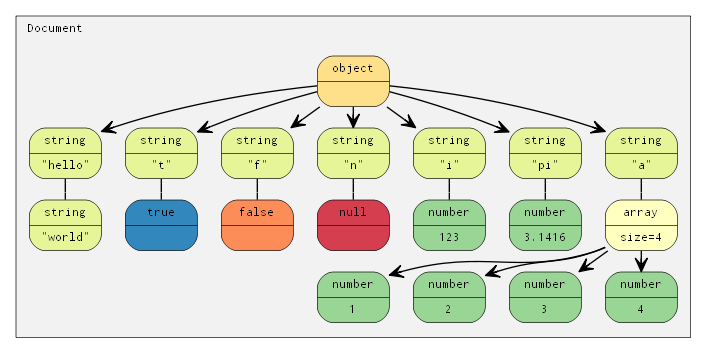
nilsbore/roswasm_suite keeps this Graphviz diagram as doc/diagram/tutorial.png. Above is the earlier version. Its source is kept beside it as doc/diagram/tutorial.dot. Its diagram source:
```dot
digraph {
	compound=true
	fontname="Inconsolata, Consolas"
	fontsize=10
	margin="0,0"
	ranksep=0.2
	penwidth=0.5

	node [fontname="Inconsolata, Consolas", fontsize=10, penwidth=0.5]
	edge [fontname="Inconsolata, Consolas", fontsize=10]

	subgraph cluster1 {
		margin="10,10"
		labeljust="left"
		label = "Document"
		style=filled
		fillcolor=gray95
		node [shape=Mrecord, style=filled, colorscheme=spectral7]

		root [label="{object|}", fillcolor=3]

		{
			hello [label="{string|\"hello\"}", fillcolor=5]
			t [label="{string|\"t\"}", fillcolor=5]
			f [label="{string|\"f\"}", fillcolor=5]
			n [label="{string|\"n\"}", fillcolor=5]
			i [label="{string|\"i\"}", fillcolor=5]
			pi [label="{string|\"pi\"}", fillcolor=5]
			a [label="{string|\"a\"}", fillcolor=5]

			world [label="{string|\"world\"}", fillcolor=5]
			true [label="{true|}", fillcolor=7]
			false [label="{false|}", fillcolor=2]
			null [label="{null|}", fillcolor=1]
			i1 [label="{number|123}", fillcolor=6]
			pi1 [label="{number|3.1416}", fillcolor=6]
			array [label="{array|size=4}", fillcolor=4]

			a1 [label="{number|1}", fillcolor=6]
			a2 [label="{number|2}", fillcolor=6]
			a3 [label="{number|3}", fillcolor=6]
			a4 [label="{number|4}", fillcolor=6]
		}

		edge [arrowhead=vee]
		root -> { hello, t, f, n, i, pi, a }
		array -> { a1, a2, a3, a4}

		edge [arrowhead=none]
		hello -> world
		t -> true
		f -> false
		n -> null
		i -> i1
		pi -> pi1
		a -> array
	}
}
```
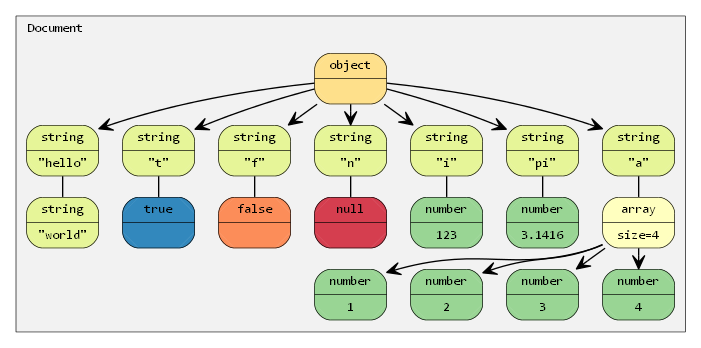
Later version of the same file.

Commit message:
Added creatie/modify value section to tutorial

What changed in the source:
```diff
@@ -43,8 +43,8 @@
 		}
 
 		edge [arrowhead=vee]
-		root -> { hello, t, f, n, i, pi, a }
-		array -> { a1, a2, a3, a4}
+		root -> { hello; t; f; n; i; pi; a }
+		array -> { a1; a2; a3; a4 }
 
 		edge [arrowhead=none]
 		hello -> world
```
